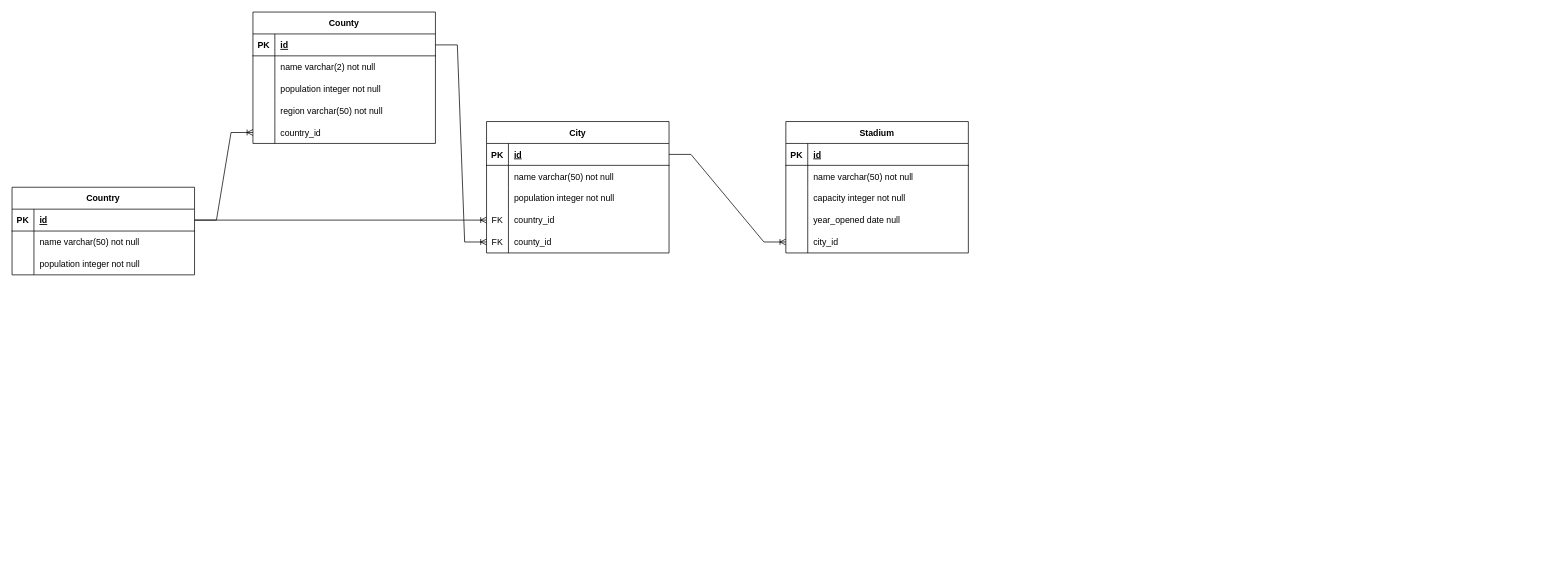
The draw.io diagram Diagramă fără titlu.drawio in alexandrucostinas/alex_sem2_project, before the edit. Source tidied: cells renumbered, new cells numbered last; positions are measured from the earlier drawing's top-left corner, leaving out a move shared by most shapes. Both pictures are drawn from the tidied source at 73%, with x=0, y=0 at pixel (12, 12).
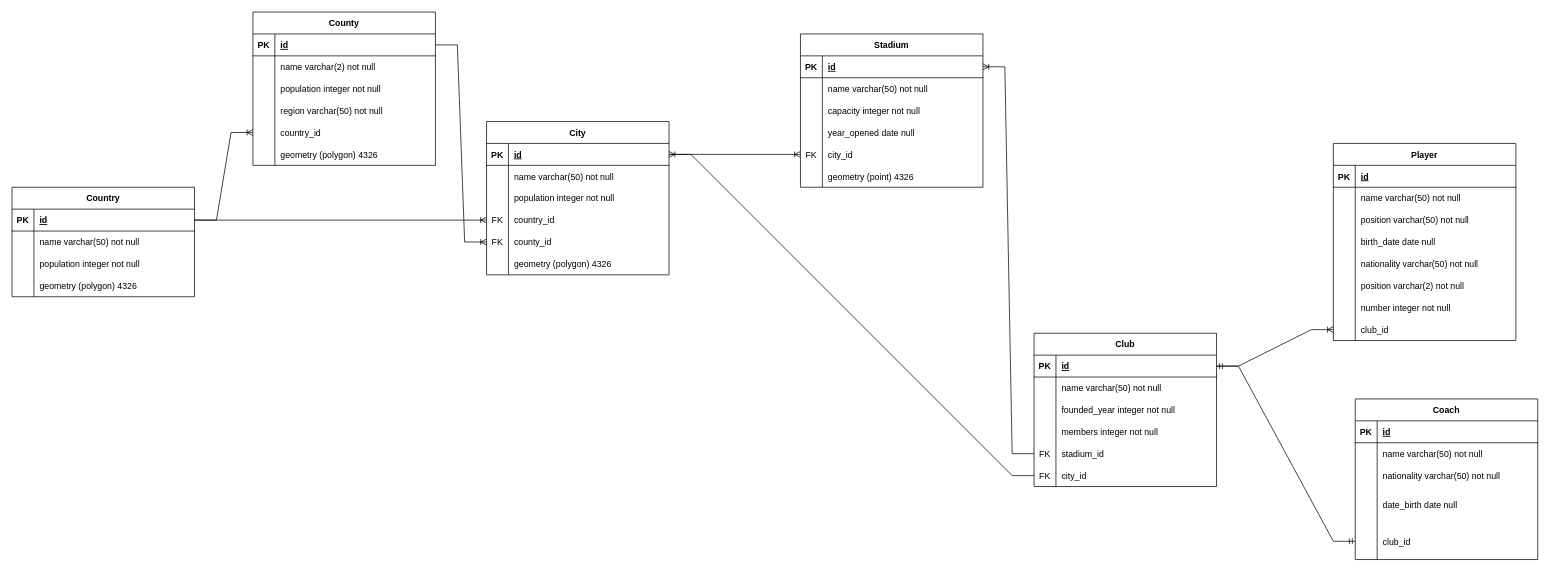
The same diagram, later.

The change refers to these unchanged cells:
```xml
<mxCell id="3" style="shape=partialRectangle;fillColor=none;points=[[0,0.5],[1,0.5]];portConstraint=eastwest;top=0;left=0;right=0;bottom=1;" parent="2" vertex="1">
  <mxGeometry y="30" width="250" height="30" as="geometry" />
</mxCell>
<mxCell id="48" style="shape=partialRectangle;fillColor=none;points=[[0,0.5],[1,0.5]];portConstraint=eastwest;top=0;left=0;right=0;bottom=1;" parent="47" vertex="1">
  <mxGeometry y="30" width="250" height="30" as="geometry" />
</mxCell>
<mxCell id="60" style="shape=partialRectangle;fillColor=none;points=[[0,0.5],[1,0.5]];portConstraint=eastwest;top=0;left=0;right=0;bottom=0;" parent="47" vertex="1">
  <mxGeometry y="150" width="250" height="30" as="geometry" />
</mxCell>
```

What changed in the source:
```diff
@@
     <mxCell id="2" value="City" style="shape=table;startSize=30;childLayout=tableLayout;rowLines=0;fontStyle=1;align=center;" parent="1" vertex="1">
-      <mxGeometry x="650" y="150" width="250" height="180" as="geometry" />
+      <mxGeometry x="650" y="150" width="250" height="210" as="geometry" />
     </mxCell>
@@
+    <mxCell id="64" style="shape=partialRectangle;fillColor=none;top=0;left=0;right=0;bottom=0;" parent="2" vertex="1">
+      <mxGeometry y="180" width="250" height="30" as="geometry" />
+    </mxCell>
+    <mxCell id="65" style="shape=partialRectangle;overflow=hidden;fillColor=none;top=0;left=0;bottom=0;right=0;" parent="64" vertex="1">
+      <mxGeometry width="30" height="30" as="geometry" />
+    </mxCell>
+    <mxCell id="66" value="geometry (polygon) 4326" style="shape=partialRectangle;overflow=hidden;fillColor=none;top=0;left=0;bottom=0;right=0;align=left;spacingLeft=6;" parent="64" vertex="1">
+      <mxGeometry x="30" width="220" height="30" as="geometry" />
+    </mxCell>
     <mxCell id="18" value="Country" style="shape=table;startSize=30;childLayout=tableLayout;rowLines=0;fontStyle=1;align=center;" parent="1" vertex="1">
-      <mxGeometry y="240" width="250" height="120" as="geometry" />
+      <mxGeometry y="240" width="250" height="150" as="geometry" />
     </mxCell>
@@
+    <mxCell id="67" style="shape=partialRectangle;fillColor=none;top=0;left=0;right=0;bottom=0;" parent="18" vertex="1">
+      <mxGeometry y="120" width="250" height="30" as="geometry" />
+    </mxCell>
+    <mxCell id="68" style="shape=partialRectangle;overflow=hidden;fillColor=none;top=0;left=0;bottom=0;right=0;" parent="67" vertex="1">
+      <mxGeometry width="30" height="30" as="geometry" />
+    </mxCell>
+    <mxCell id="69" value="geometry (polygon) 4326" style="shape=partialRectangle;overflow=hidden;fillColor=none;top=0;left=0;bottom=0;right=0;align=left;spacingLeft=6;" parent="67" vertex="1">
+      <mxGeometry x="30" width="220" height="30" as="geometry" />
+    </mxCell>
@@
     <mxCell id="29" value="County" style="shape=table;startSize=30;childLayout=tableLayout;rowLines=0;fontStyle=1;align=center;" parent="1" vertex="1">
-      <mxGeometry x="330" width="250" height="180" as="geometry" />
+      <mxGeometry x="330" width="250" height="210" as="geometry" />
     </mxCell>
@@
+    <mxCell id="70" style="shape=partialRectangle;fillColor=none;top=0;left=0;right=0;bottom=0;" parent="29" vertex="1">
+      <mxGeometry y="180" width="250" height="30" as="geometry" />
+    </mxCell>
+    <mxCell id="71" style="shape=partialRectangle;overflow=hidden;fillColor=none;top=0;left=0;bottom=0;right=0;" parent="70" vertex="1">
+      <mxGeometry width="30" height="30" as="geometry" />
+    </mxCell>
+    <mxCell id="72" value="geometry (polygon) 4326" style="shape=partialRectangle;overflow=hidden;fillColor=none;top=0;left=0;bottom=0;right=0;align=left;spacingLeft=6;" parent="70" vertex="1">
+      <mxGeometry x="30" width="220" height="30" as="geometry" />
+    </mxCell>
@@
     <mxCell id="47" value="Stadium" style="shape=table;startSize=30;childLayout=tableLayout;rowLines=0;fontStyle=1;align=center;" parent="1" vertex="1">
-      <mxGeometry x="1060" y="150" width="250" height="180" as="geometry" />
+      <mxGeometry x="1080" y="30" width="250" height="210" as="geometry" />
     </mxCell>
@@
-    <mxCell id="61" style="shape=partialRectangle;overflow=hidden;fillColor=none;top=0;left=0;bottom=0;right=0;" parent="60" vertex="1">
+    <mxCell id="61" value="FK" style="shape=partialRectangle;overflow=hidden;fillColor=none;top=0;left=0;bottom=0;right=0;" parent="60" vertex="1">
       <mxGeometry width="30" height="30" as="geometry" />
     </mxCell>
@@
+    <mxCell id="73" style="shape=partialRectangle;fillColor=none;top=0;left=0;right=0;bottom=0;" parent="47" vertex="1">
+      <mxGeometry y="180" width="250" height="30" as="geometry" />
+    </mxCell>
+    <mxCell id="74" style="shape=partialRectangle;overflow=hidden;fillColor=none;top=0;left=0;bottom=0;right=0;" parent="73" vertex="1">
+      <mxGeometry width="30" height="30" as="geometry" />
+    </mxCell>
+    <mxCell id="75" value="geometry (point) 4326" style="shape=partialRectangle;overflow=hidden;fillColor=none;top=0;left=0;bottom=0;right=0;align=left;spacingLeft=6;" parent="73" vertex="1">
+      <mxGeometry x="30" width="220" height="30" as="geometry" />
+    </mxCell>
@@
+    <mxCell id="76" value="Club" style="shape=table;startSize=30;childLayout=tableLayout;rowLines=0;fontStyle=1;align=center;" parent="1" vertex="1">
+      <mxGeometry x="1400" y="440" width="250" height="210" as="geometry" />
+    </mxCell>
+    <mxCell id="77" style="shape=partialRectangle;fillColor=none;points=[[0,0.5],[1,0.5]];portConstraint=eastwest;top=0;left=0;right=0;bottom=1;" parent="76" vertex="1">
+      <mxGeometry y="30" width="250" height="30" as="geometry" />
+    </mxCell>
+    <mxCell id="78" value="PK" style="shape=partialRectangle;overflow=hidden;fillColor=none;top=0;left=0;bottom=0;right=0;fontStyle=1;" parent="77" vertex="1">
+      <mxGeometry width="30" height="30" as="geometry" />
+    </mxCell>
+    <mxCell id="79" value="id" style="shape=partialRectangle;overflow=hidden;fillColor=none;top=0;left=0;bottom=0;right=0;align=left;spacingLeft=6;fontStyle=5;" parent="77" vertex="1">
+      <mxGeometry x="30" width="220" height="30" as="geometry" />
+    </mxCell>
+    <mxCell id="80" style="shape=partialRectangle;fillColor=none;top=0;left=0;right=0;bottom=0;" parent="76" vertex="1">
+      <mxGeometry y="60" width="250" height="30" as="geometry" />
+    </mxCell>
+    <mxCell id="81" style="shape=partialRectangle;overflow=hidden;fillColor=none;top=0;left=0;bottom=0;right=0;" parent="80" vertex="1">
+      <mxGeometry width="30" height="30" as="geometry" />
+    </mxCell>
+    <mxCell id="82" value="name varchar(50) not null" style="shape=partialRectangle;overflow=hidden;fillColor=none;top=0;left=0;bottom=0;right=0;align=left;spacingLeft=6;" parent="80" vertex="1">
+      <mxGeometry x="30" width="220" height="30" as="geometry" />
+    </mxCell>
+    <mxCell id="83" style="shape=partialRectangle;fillColor=none;top=0;left=0;right=0;bottom=0;" parent="76" vertex="1">
+      <mxGeometry y="90" width="250" height="30" as="geometry" />
+    </mxCell>
+    <mxCell id="84" style="shape=partialRectangle;overflow=hidden;fillColor=none;top=0;left=0;bottom=0;right=0;" parent="83" vertex="1">
+      <mxGeometry width="30" height="30" as="geometry" />
+    </mxCell>
+    <mxCell id="85" value="founded_year integer not null" style="shape=partialRectangle;overflow=hidden;fillColor=none;top=0;left=0;bottom=0;right=0;align=left;spacingLeft=6;" parent="83" vertex="1">
+      <mxGeometry x="30" width="220" height="30" as="geometry" />
+    </mxCell>
+    <mxCell id="86" style="shape=partialRectangle;fillColor=none;top=0;left=0;right=0;bottom=0;" parent="76" vertex="1">
+      <mxGeometry y="120" width="250" height="30" as="geometry" />
+    </mxCell>
+    <mxCell id="87" style="shape=partialRectangle;overflow=hidden;fillColor=none;top=0;left=0;bottom=0;right=0;" parent="86" vertex="1">
+      <mxGeometry width="30" height="30" as="geometry" />
+    </mxCell>
+    <mxCell id="88" value="members integer not null" style="shape=partialRectangle;overflow=hidden;fillColor=none;top=0;left=0;bottom=0;right=0;align=left;spacingLeft=6;" parent="86" vertex="1">
+      <mxGeometry x="30" width="220" height="30" as="geometry" />
+    </mxCell>
+    <mxCell id="89" style="shape=partialRectangle;fillColor=none;points=[[0,0.5],[1,0.5]];portConstraint=eastwest;top=0;left=0;right=0;bottom=0;" parent="76" vertex="1">
+      <mxGeometry y="150" width="250" height="30" as="geometry" />
+    </mxCell>
+    <mxCell id="90" value="FK" style="shape=partialRectangle;overflow=hidden;fillColor=none;top=0;left=0;bottom=0;right=0;" parent="89" vertex="1">
+      <mxGeometry width="30" height="30" as="geometry" />
+    </mxCell>
+    <mxCell id="91" value="stadium_id" style="shape=partialRectangle;overflow=hidden;fillColor=none;top=0;left=0;bottom=0;right=0;align=left;spacingLeft=6;" parent="89" vertex="1">
+      <mxGeometry x="30" width="220" height="30" as="geometry" />
+    </mxCell>
+    <mxCell id="92" style="shape=partialRectangle;fillColor=none;points=[[0,0.5],[1,0.5]];portConstraint=eastwest;top=0;left=0;right=0;bottom=0;" parent="76" vertex="1">
+      <mxGeometry y="180" width="250" height="30" as="geometry" />
+    </mxCell>
+    <mxCell id="93" value="FK" style="shape=partialRectangle;overflow=hidden;fillColor=none;top=0;left=0;bottom=0;right=0;" parent="92" vertex="1">
+      <mxGeometry width="30" height="30" as="geometry" />
+    </mxCell>
+    <mxCell id="94" value="city_id" style="shape=partialRectangle;overflow=hidden;fillColor=none;top=0;left=0;bottom=0;right=0;align=left;spacingLeft=6;" parent="92" vertex="1">
+      <mxGeometry x="30" width="220" height="30" as="geometry" />
+    </mxCell>
+    <mxCell id="95" style="edgeStyle=entityRelationEdgeStyle;fontSize=12;html=1;endArrow=ERoneToMany;rounded=0;entryX=1;entryY=0.5;entryDx=0;entryDy=0;exitX=0;exitY=0.5;exitDx=0;exitDy=0;" parent="1" edge="1" source="89" target="48">
+      <mxGeometry relative="1" as="geometry" />
+    </mxCell>
+    <mxCell id="96" style="edgeStyle=entityRelationEdgeStyle;fontSize=12;html=1;endArrow=ERoneToMany;rounded=0;entryX=1;entryY=0.5;entryDx=0;entryDy=0;exitX=0;exitY=0.5;exitDx=0;exitDy=0;" parent="1" edge="1" source="92" target="3">
+      <mxGeometry relative="1" as="geometry" />
+    </mxCell>
+    <mxCell id="97" value="Player" style="shape=table;startSize=30;childLayout=tableLayout;rowLines=0;fontStyle=1;align=center;" parent="1" vertex="1">
+      <mxGeometry x="1810" y="180" width="250" height="270" as="geometry" />
+    </mxCell>
+    <mxCell id="98" style="shape=partialRectangle;fillColor=none;top=0;left=0;right=0;bottom=1;" parent="97" vertex="1">
+      <mxGeometry y="30" width="250" height="30" as="geometry" />
+    </mxCell>
+    <mxCell id="99" value="PK" style="shape=partialRectangle;overflow=hidden;fillColor=none;top=0;left=0;bottom=0;right=0;fontStyle=1;" parent="98" vertex="1">
+      <mxGeometry width="30" height="30" as="geometry" />
+    </mxCell>
+    <mxCell id="100" value="id" style="shape=partialRectangle;overflow=hidden;fillColor=none;top=0;left=0;bottom=0;right=0;align=left;spacingLeft=6;fontStyle=5;" parent="98" vertex="1">
+      <mxGeometry x="30" width="220" height="30" as="geometry" />
+    </mxCell>
+    <mxCell id="101" style="shape=partialRectangle;fillColor=none;top=0;left=0;right=0;bottom=0;" parent="97" vertex="1">
+      <mxGeometry y="60" width="250" height="30" as="geometry" />
+    </mxCell>
+    <mxCell id="102" style="shape=partialRectangle;overflow=hidden;fillColor=none;top=0;left=0;bottom=0;right=0;" parent="101" vertex="1">
+      <mxGeometry width="30" height="30" as="geometry" />
+    </mxCell>
+    <mxCell id="103" value="name varchar(50) not null" style="shape=partialRectangle;overflow=hidden;fillColor=none;top=0;left=0;bottom=0;right=0;align=left;spacingLeft=6;" parent="101" vertex="1">
+      <mxGeometry x="30" width="220" height="30" as="geometry" />
+    </mxCell>
+    <mxCell id="104" style="shape=partialRectangle;fillColor=none;top=0;left=0;right=0;bottom=0;" parent="97" vertex="1">
+      <mxGeometry y="90" width="250" height="30" as="geometry" />
+    </mxCell>
+    <mxCell id="105" style="shape=partialRectangle;overflow=hidden;fillColor=none;top=0;left=0;bottom=0;right=0;" parent="104" vertex="1">
+      <mxGeometry width="30" height="30" as="geometry" />
+    </mxCell>
+    <mxCell id="106" value="position varchar(50) not null" style="shape=partialRectangle;overflow=hidden;fillColor=none;top=0;left=0;bottom=0;right=0;align=left;spacingLeft=6;" parent="104" vertex="1">
+      <mxGeometry x="30" width="220" height="30" as="geometry" />
+    </mxCell>
+    <mxCell id="107" style="shape=partialRectangle;fillColor=none;top=0;left=0;right=0;bottom=0;" parent="97" vertex="1">
+      <mxGeometry y="120" width="250" height="30" as="geometry" />
+    </mxCell>
+    <mxCell id="108" style="shape=partialRectangle;overflow=hidden;fillColor=none;top=0;left=0;bottom=0;right=0;" parent="107" vertex="1">
+      <mxGeometry width="30" height="30" as="geometry" />
+    </mxCell>
+    <mxCell id="109" value="birth_date date null" style="shape=partialRectangle;overflow=hidden;fillColor=none;top=0;left=0;bottom=0;right=0;align=left;spacingLeft=6;" parent="107" vertex="1">
+      <mxGeometry x="30" width="220" height="30" as="geometry" />
+    </mxCell>
+    <mxCell id="110" style="shape=partialRectangle;fillColor=none;top=0;left=0;right=0;bottom=0;" parent="97" vertex="1">
+      <mxGeometry y="150" width="250" height="30" as="geometry" />
+    </mxCell>
+    <mxCell id="111" style="shape=partialRectangle;overflow=hidden;fillColor=none;top=0;left=0;bottom=0;right=0;" parent="110" vertex="1">
+      <mxGeometry width="30" height="30" as="geometry" />
+    </mxCell>
+    <mxCell id="112" value="nationality varchar(50) not null" style="shape=partialRectangle;overflow=hidden;fillColor=none;top=0;left=0;bottom=0;right=0;align=left;spacingLeft=6;" parent="110" vertex="1">
+      <mxGeometry x="30" width="220" height="30" as="geometry" />
+    </mxCell>
+    <mxCell id="113" style="shape=partialRectangle;fillColor=none;top=0;left=0;right=0;bottom=0;" parent="97" vertex="1">
+      <mxGeometry y="180" width="250" height="30" as="geometry" />
+    </mxCell>
+    <mxCell id="114" style="shape=partialRectangle;overflow=hidden;fillColor=none;top=0;left=0;bottom=0;right=0;" parent="113" vertex="1">
+      <mxGeometry width="30" height="30" as="geometry" />
+    </mxCell>
+    <mxCell id="115" value="position varchar(2) not null" style="shape=partialRectangle;overflow=hidden;fillColor=none;top=0;left=0;bottom=0;right=0;align=left;spacingLeft=6;" parent="113" vertex="1">
+      <mxGeometry x="30" width="220" height="30" as="geometry" />
+    </mxCell>
+    <mxCell id="116" style="shape=partialRectangle;fillColor=none;top=0;left=0;right=0;bottom=0;" parent="97" vertex="1">
+      <mxGeometry y="210" width="250" height="30" as="geometry" />
+    </mxCell>
+    <mxCell id="117" style="shape=partialRectangle;overflow=hidden;fillColor=none;top=0;left=0;bottom=0;right=0;" parent="116" vertex="1">
+      <mxGeometry width="30" height="30" as="geometry" />
+    </mxCell>
+    <mxCell id="118" value="number integer not null" style="shape=partialRectangle;overflow=hidden;fillColor=none;top=0;left=0;bottom=0;right=0;align=left;spacingLeft=6;" parent="116" vertex="1">
+      <mxGeometry x="30" width="220" height="30" as="geometry" />
+    </mxCell>
+    <mxCell id="119" style="shape=partialRectangle;fillColor=none;points=[[0,0.5],[1,0.5]];portConstraint=eastwest;top=0;left=0;right=0;bottom=0;" parent="97" vertex="1">
+      <mxGeometry y="240" width="250" height="30" as="geometry" />
+    </mxCell>
+    <mxCell id="120" style="shape=partialRectangle;overflow=hidden;fillColor=none;top=0;left=0;bottom=0;right=0;" parent="119" vertex="1">
+      <mxGeometry width="30" height="30" as="geometry" />
+    </mxCell>
+    <mxCell id="121" value="club_id" style="shape=partialRectangle;overflow=hidden;fillColor=none;top=0;left=0;bottom=0;right=0;align=left;spacingLeft=6;" parent="119" vertex="1">
+      <mxGeometry x="30" width="220" height="30" as="geometry" />
+    </mxCell>
+    <mxCell id="122" style="edgeStyle=entityRelationEdgeStyle;fontSize=12;html=1;endArrow=ERoneToMany;rounded=0;exitX=1;exitY=0.5;exitDx=0;exitDy=0;entryX=0;entryY=0.5;entryDx=0;entryDy=0;" parent="1" edge="1" source="77" target="119">
+      <mxGeometry relative="1" as="geometry" />
+    </mxCell>
+    <mxCell id="123" value="Coach" style="shape=table;startSize=30;childLayout=tableLayout;rowLines=0;fontStyle=1;align=center;" parent="1" vertex="1">
+      <mxGeometry x="1840" y="530" width="250" height="220" as="geometry" />
+    </mxCell>
+    <mxCell id="124" style="shape=partialRectangle;fillColor=none;top=0;left=0;right=0;bottom=1;" parent="123" vertex="1">
+      <mxGeometry y="30" width="250" height="30" as="geometry" />
+    </mxCell>
+    <mxCell id="125" value="PK" style="shape=partialRectangle;overflow=hidden;fillColor=none;top=0;left=0;bottom=0;right=0;fontStyle=1;" parent="124" vertex="1">
+      <mxGeometry width="30" height="30" as="geometry" />
+    </mxCell>
+    <mxCell id="126" value="id" style="shape=partialRectangle;overflow=hidden;fillColor=none;top=0;left=0;bottom=0;right=0;align=left;spacingLeft=6;fontStyle=5;" parent="124" vertex="1">
+      <mxGeometry x="30" width="220" height="30" as="geometry" />
+    </mxCell>
+    <mxCell id="127" style="shape=partialRectangle;fillColor=none;top=0;left=0;right=0;bottom=0;" parent="123" vertex="1">
+      <mxGeometry y="60" width="250" height="30" as="geometry" />
+    </mxCell>
+    <mxCell id="128" style="shape=partialRectangle;overflow=hidden;fillColor=none;top=0;left=0;bottom=0;right=0;" parent="127" vertex="1">
+      <mxGeometry width="30" height="30" as="geometry" />
+    </mxCell>
+    <mxCell id="129" value="name varchar(50) not null" style="shape=partialRectangle;overflow=hidden;fillColor=none;top=0;left=0;bottom=0;right=0;align=left;spacingLeft=6;" parent="127" vertex="1">
+      <mxGeometry x="30" width="220" height="30" as="geometry" />
+    </mxCell>
+    <mxCell id="130" style="shape=partialRectangle;fillColor=none;top=0;left=0;right=0;bottom=0;" parent="123" vertex="1">
+      <mxGeometry y="90" width="250" height="30" as="geometry" />
+    </mxCell>
+    <mxCell id="131" style="shape=partialRectangle;overflow=hidden;fillColor=none;top=0;left=0;bottom=0;right=0;" parent="130" vertex="1">
+      <mxGeometry width="30" height="30" as="geometry" />
+    </mxCell>
+    <mxCell id="132" value="nationality varchar(50) not null" style="shape=partialRectangle;overflow=hidden;fillColor=none;top=0;left=0;bottom=0;right=0;align=left;spacingLeft=6;" parent="130" vertex="1">
+      <mxGeometry x="30" width="220" height="30" as="geometry" />
+    </mxCell>
+    <mxCell id="133" style="shape=partialRectangle;fillColor=none;top=0;left=0;right=0;bottom=0;" parent="123" vertex="1">
+      <mxGeometry y="120" width="250" height="50" as="geometry" />
+    </mxCell>
+    <mxCell id="134" style="shape=partialRectangle;overflow=hidden;fillColor=none;top=0;left=0;bottom=0;right=0;" parent="133" vertex="1">
+      <mxGeometry width="30" height="50" as="geometry" />
+    </mxCell>
+    <mxCell id="135" value="date_birth date null" style="shape=partialRectangle;overflow=hidden;fillColor=none;top=0;left=0;bottom=0;right=0;align=left;spacingLeft=6;" parent="133" vertex="1">
+      <mxGeometry x="30" width="220" height="50" as="geometry" />
+    </mxCell>
+    <mxCell id="136" style="shape=partialRectangle;fillColor=none;points=[[0,0.5],[1,0.5]];portConstraint=eastwest;top=0;left=0;right=0;bottom=0;" parent="123" vertex="1">
+      <mxGeometry y="170" width="250" height="50" as="geometry" />
+    </mxCell>
+    <mxCell id="137" style="shape=partialRectangle;overflow=hidden;fillColor=none;top=0;left=0;bottom=0;right=0;" parent="136" vertex="1">
+      <mxGeometry width="30" height="50" as="geometry" />
+    </mxCell>
+    <mxCell id="138" value="club_id" style="shape=partialRectangle;overflow=hidden;fillColor=none;top=0;left=0;bottom=0;right=0;align=left;spacingLeft=6;" parent="136" vertex="1">
+      <mxGeometry x="30" width="220" height="50" as="geometry" />
+    </mxCell>
+    <mxCell id="139" style="edgeStyle=entityRelationEdgeStyle;fontSize=12;html=1;endArrow=ERmandOne;startArrow=ERmandOne;rounded=0;entryX=1;entryY=0.5;entryDx=0;entryDy=0;exitX=0;exitY=0.5;exitDx=0;exitDy=0;" parent="1" edge="1" source="136" target="77">
+      <mxGeometry relative="1" as="geometry" />
+    </mxCell>
```
